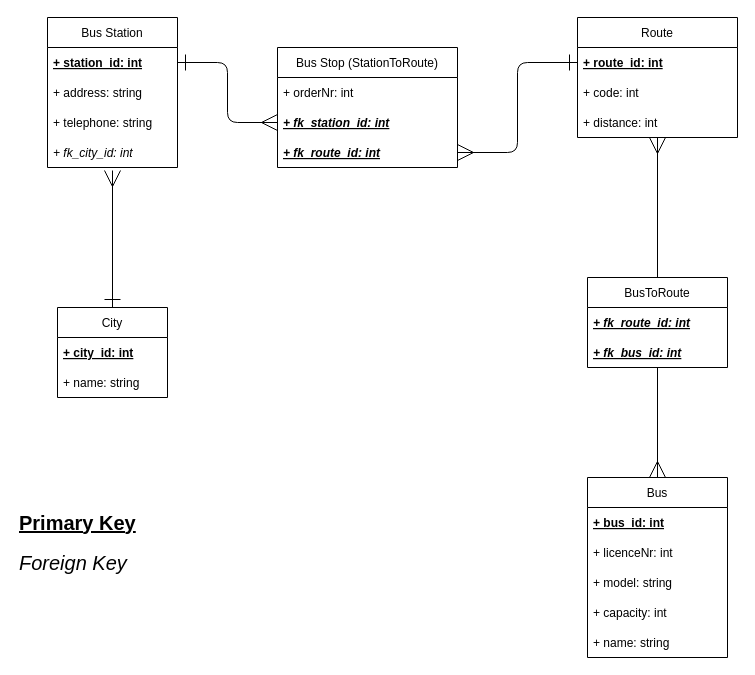
Above: page "UML" (3 of 3) of Philipp/04_transportcompany.drawio in mastapetz/BE16-DBDev-DAY1-Peter-Philipp (draw.io), before the change. Source tidied: cells renumbered, new cells numbered last; positions are measured from the earlier drawing's top-left corner, leaving out a move shared by most shapes. Both pictures are drawn from the tidied source at 100%, with x=0, y=0 at pixel (17, 17).
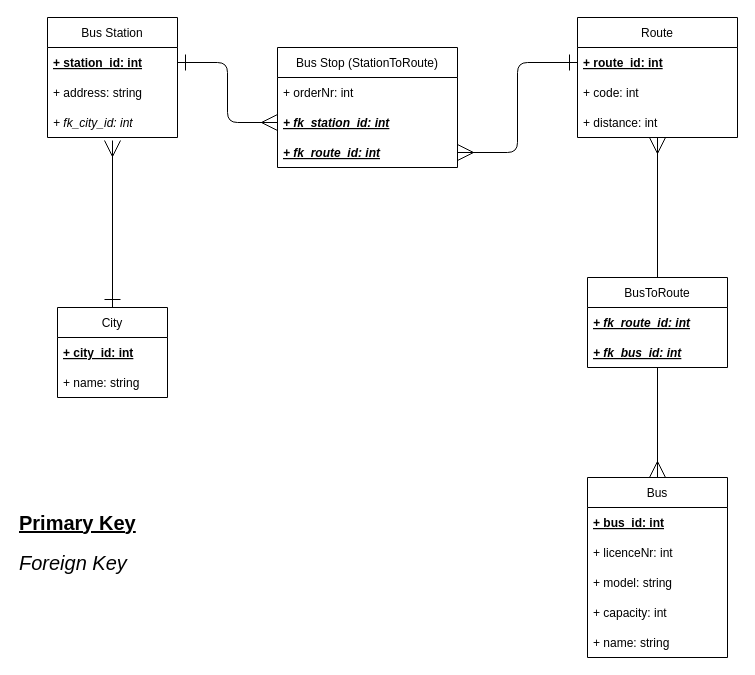
Above is the later version.

Change to the diagram source:
```diff
@@
     <mxCell id="16" value="Bus Station" style="swimlane;fontStyle=0;horizontal=1;startSize=30;" parent="1" vertex="1">
-      <mxGeometry x="30" width="130" height="150" as="geometry" />
+      <mxGeometry x="30" width="130" height="120" as="geometry" />
     </mxCell>
@@
-    <mxCell id="19" value="+ telephone: string" style="text;strokeColor=none;fillColor=none;align=left;verticalAlign=middle;spacingLeft=4;spacingRight=4;overflow=hidden;" parent="16" vertex="1">
-      <mxGeometry y="90" width="130" height="30" as="geometry" />
-    </mxCell>
     <mxCell id="20" value="+ fk_city_id: int" style="text;strokeColor=none;fillColor=none;align=left;verticalAlign=middle;spacingLeft=4;spacingRight=4;overflow=hidden;points=[[0,0.5],[1,0.5]];portConstraint=eastwest;fontStyle=2;" parent="16" vertex="1">
-      <mxGeometry y="120" width="130" height="30" as="geometry" />
+      <mxGeometry y="90" width="130" height="30" as="geometry" />
     </mxCell>
```
